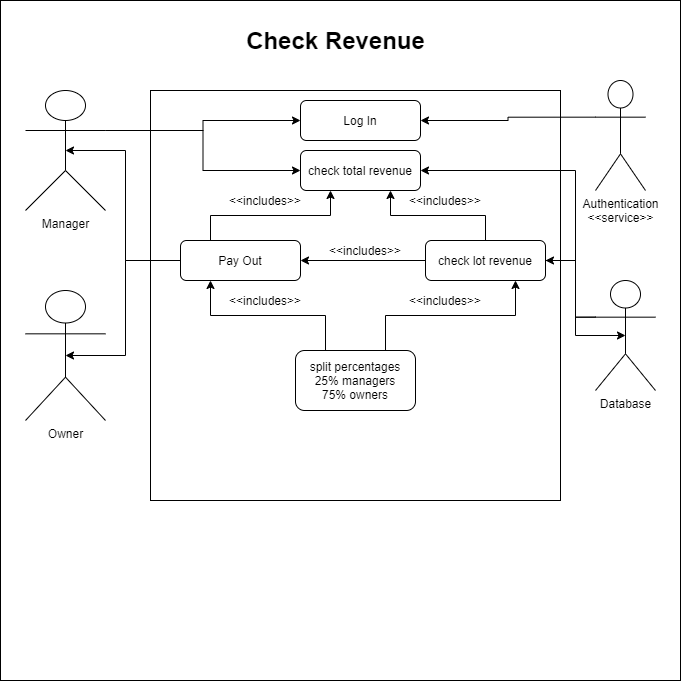
The draw.io diagram docs/useCase/checkRevenue.png in SSM121/2ndPlaceBestPlace, before a commit. Source tidied: cells renumbered, new cells last; positions are measured from the earlier drawing's top-left corner, leaving out a move shared by most shapes. Source of this version:
```xml
<mxGraphModel>
  <root>
    <mxCell id="0" />
    <mxCell id="1" parent="0" />
    <mxCell id="2" style="whiteSpace=wrap;html=1;" parent="1" vertex="1">
      <mxGeometry width="680" height="680" as="geometry" />
    </mxCell>
    <mxCell id="3" value="Check Revenue" style="text;strokeColor=none;fillColor=none;html=1;fontSize=24;fontStyle=1;verticalAlign=middle;align=center;" parent="1" vertex="1">
      <mxGeometry x="285" y="20" width="100" height="40" as="geometry" />
    </mxCell>
    <mxCell id="4" style="whiteSpace=wrap;html=1;" parent="1" vertex="1">
      <mxGeometry x="150" y="90" width="410" height="410" as="geometry" />
    </mxCell>
    <mxCell id="5" style="edgeStyle=orthogonalEdgeStyle;rounded=0;jettySize=auto;html=1;exitX=1;exitY=0.3333333333333333;exitDx=0;exitDy=0;exitPerimeter=0;entryX=0;entryY=0.5;entryDx=0;entryDy=0;" parent="1" edge="1" source="7" target="9">
      <mxGeometry relative="1" as="geometry" />
    </mxCell>
    <mxCell id="6" style="edgeStyle=orthogonalEdgeStyle;rounded=0;jettySize=auto;html=1;exitX=1;exitY=0.3333333333333333;exitDx=0;exitDy=0;exitPerimeter=0;entryX=0;entryY=0.5;entryDx=0;entryDy=0;" parent="1" edge="1" source="7" target="10">
      <mxGeometry relative="1" as="geometry" />
    </mxCell>
    <mxCell id="7" value="Manager" style="shape=umlActor;verticalLabelPosition=bottom;verticalAlign=top;html=1;outlineConnect=0;" parent="1" vertex="1">
      <mxGeometry x="25" y="90" width="80" height="120" as="geometry" />
    </mxCell>
    <mxCell id="8" value="Owner" style="shape=umlActor;verticalLabelPosition=bottom;verticalAlign=top;html=1;outlineConnect=0;" parent="1" vertex="1">
      <mxGeometry x="25" y="290" width="80" height="130" as="geometry" />
    </mxCell>
    <mxCell id="9" value="Log In" style="rounded=1;whiteSpace=wrap;html=1;" parent="1" vertex="1">
      <mxGeometry x="300" y="100" width="120" height="40" as="geometry" />
    </mxCell>
    <mxCell id="10" value="check total revenue" style="rounded=1;whiteSpace=wrap;html=1;" parent="1" vertex="1">
      <mxGeometry x="300" y="150" width="120" height="40" as="geometry" />
    </mxCell>
    <mxCell id="11" style="edgeStyle=orthogonalEdgeStyle;rounded=0;jettySize=auto;html=1;exitX=0.25;exitY=0;exitDx=0;exitDy=0;entryX=0.25;entryY=1;entryDx=0;entryDy=0;" parent="1" edge="1" source="14" target="10">
      <mxGeometry relative="1" as="geometry" />
    </mxCell>
    <mxCell id="12" style="edgeStyle=orthogonalEdgeStyle;rounded=0;jettySize=auto;html=1;exitX=0;exitY=0.5;exitDx=0;exitDy=0;entryX=0.5;entryY=0.5;entryDx=0;entryDy=0;entryPerimeter=0;" parent="1" edge="1" source="14" target="8">
      <mxGeometry relative="1" as="geometry">
        <Array as="points">
          <mxPoint x="125" y="260" />
          <mxPoint x="125" y="355" />
        </Array>
      </mxGeometry>
    </mxCell>
    <mxCell id="13" style="edgeStyle=orthogonalEdgeStyle;rounded=0;jettySize=auto;html=1;exitX=0;exitY=0.5;exitDx=0;exitDy=0;entryX=0.5;entryY=0.5;entryDx=0;entryDy=0;entryPerimeter=0;" parent="1" edge="1" source="14" target="7">
      <mxGeometry relative="1" as="geometry">
        <Array as="points">
          <mxPoint x="125" y="260" />
          <mxPoint x="125" y="150" />
        </Array>
      </mxGeometry>
    </mxCell>
    <mxCell id="14" value="Pay Out" style="rounded=1;whiteSpace=wrap;html=1;" parent="1" vertex="1">
      <mxGeometry x="180" y="240" width="120" height="40" as="geometry" />
    </mxCell>
    <mxCell id="15" style="edgeStyle=orthogonalEdgeStyle;rounded=0;jettySize=auto;html=1;exitX=0;exitY=0.5;exitDx=0;exitDy=0;entryX=1;entryY=0.5;entryDx=0;entryDy=0;" parent="1" edge="1" source="18" target="14">
      <mxGeometry relative="1" as="geometry" />
    </mxCell>
    <mxCell id="16" style="edgeStyle=orthogonalEdgeStyle;rounded=0;jettySize=auto;html=1;exitX=0.5;exitY=0;exitDx=0;exitDy=0;entryX=0.75;entryY=1;entryDx=0;entryDy=0;" parent="1" edge="1" source="18" target="10">
      <mxGeometry relative="1" as="geometry" />
    </mxCell>
    <mxCell id="17" style="edgeStyle=orthogonalEdgeStyle;rounded=0;jettySize=auto;html=1;exitX=1;exitY=0.5;exitDx=0;exitDy=0;entryX=0.5;entryY=0.5;entryDx=0;entryDy=0;entryPerimeter=0;" parent="1" edge="1" source="18" target="31">
      <mxGeometry relative="1" as="geometry">
        <Array as="points">
          <mxPoint x="575" y="260" />
          <mxPoint x="575" y="335" />
        </Array>
      </mxGeometry>
    </mxCell>
    <mxCell id="18" value="check lot revenue" style="rounded=1;whiteSpace=wrap;html=1;" parent="1" vertex="1">
      <mxGeometry x="425" y="240" width="120" height="40" as="geometry" />
    </mxCell>
    <mxCell id="19" style="edgeStyle=orthogonalEdgeStyle;rounded=0;jettySize=auto;html=1;exitX=0.25;exitY=0;exitDx=0;exitDy=0;entryX=0.25;entryY=1;entryDx=0;entryDy=0;" parent="1" edge="1" source="21" target="14">
      <mxGeometry relative="1" as="geometry" />
    </mxCell>
    <mxCell id="20" style="edgeStyle=orthogonalEdgeStyle;rounded=0;jettySize=auto;html=1;exitX=0.75;exitY=0;exitDx=0;exitDy=0;entryX=0.75;entryY=1;entryDx=0;entryDy=0;" parent="1" edge="1" source="21" target="18">
      <mxGeometry relative="1" as="geometry" />
    </mxCell>
    <mxCell id="21" value="split percentages&lt;br&gt;25% managers&lt;br&gt;75% owners" style="rounded=1;whiteSpace=wrap;html=1;" parent="1" vertex="1">
      <mxGeometry x="295" y="350" width="120" height="60" as="geometry" />
    </mxCell>
    <mxCell id="22" value="&amp;lt;&amp;lt;includes&amp;gt;&amp;gt;" style="text;html=1;strokeColor=none;fillColor=none;align=center;verticalAlign=middle;whiteSpace=wrap;rounded=0;" parent="1" vertex="1">
      <mxGeometry x="205" y="190" width="120" height="20" as="geometry" />
    </mxCell>
    <mxCell id="23" value="&amp;lt;&amp;lt;includes&amp;gt;&amp;gt;" style="text;html=1;strokeColor=none;fillColor=none;align=center;verticalAlign=middle;whiteSpace=wrap;rounded=0;" parent="1" vertex="1">
      <mxGeometry x="385" y="190" width="120" height="20" as="geometry" />
    </mxCell>
    <mxCell id="24" value="&amp;lt;&amp;lt;includes&amp;gt;&amp;gt;" style="text;html=1;strokeColor=none;fillColor=none;align=center;verticalAlign=middle;whiteSpace=wrap;rounded=0;" parent="1" vertex="1">
      <mxGeometry x="305" y="240" width="120" height="20" as="geometry" />
    </mxCell>
    <mxCell id="25" value="&amp;lt;&amp;lt;includes&amp;gt;&amp;gt;" style="text;html=1;strokeColor=none;fillColor=none;align=center;verticalAlign=middle;whiteSpace=wrap;rounded=0;" parent="1" vertex="1">
      <mxGeometry x="205" y="290" width="120" height="20" as="geometry" />
    </mxCell>
    <mxCell id="26" value="&amp;lt;&amp;lt;includes&amp;gt;&amp;gt;" style="text;html=1;strokeColor=none;fillColor=none;align=center;verticalAlign=middle;whiteSpace=wrap;rounded=0;" parent="1" vertex="1">
      <mxGeometry x="385" y="290" width="120" height="20" as="geometry" />
    </mxCell>
    <mxCell id="27" style="edgeStyle=orthogonalEdgeStyle;rounded=0;jettySize=auto;html=1;exitX=0;exitY=0.3333333333333333;exitDx=0;exitDy=0;exitPerimeter=0;entryX=1;entryY=0.5;entryDx=0;entryDy=0;" parent="1" edge="1" source="28" target="9">
      <mxGeometry relative="1" as="geometry" />
    </mxCell>
    <mxCell id="28" value="Authentication&lt;br&gt;&amp;lt;&amp;lt;service&amp;gt;&amp;gt;" style="shape=umlActor;verticalLabelPosition=bottom;verticalAlign=top;html=1;outlineConnect=0;" parent="1" vertex="1">
      <mxGeometry x="595" y="80" width="50" height="110" as="geometry" />
    </mxCell>
    <mxCell id="29" style="edgeStyle=orthogonalEdgeStyle;rounded=0;jettySize=auto;html=1;exitX=0;exitY=0.3333333333333333;exitDx=0;exitDy=0;exitPerimeter=0;entryX=1;entryY=0.5;entryDx=0;entryDy=0;" parent="1" edge="1" source="31" target="18">
      <mxGeometry relative="1" as="geometry">
        <Array as="points">
          <mxPoint x="575" y="317" />
          <mxPoint x="575" y="260" />
        </Array>
      </mxGeometry>
    </mxCell>
    <mxCell id="30" style="edgeStyle=orthogonalEdgeStyle;rounded=0;jettySize=auto;html=1;exitX=0;exitY=0.3333333333333333;exitDx=0;exitDy=0;exitPerimeter=0;entryX=1;entryY=0.5;entryDx=0;entryDy=0;" parent="1" edge="1" source="31" target="10">
      <mxGeometry relative="1" as="geometry">
        <Array as="points">
          <mxPoint x="575" y="317" />
          <mxPoint x="575" y="170" />
        </Array>
      </mxGeometry>
    </mxCell>
    <mxCell id="31" value="Database" style="shape=umlActor;verticalLabelPosition=bottom;verticalAlign=top;html=1;outlineConnect=0;" parent="1" vertex="1">
      <mxGeometry x="595" y="280" width="60" height="110" as="geometry" />
    </mxCell>
  </root>
</mxGraphModel>
```
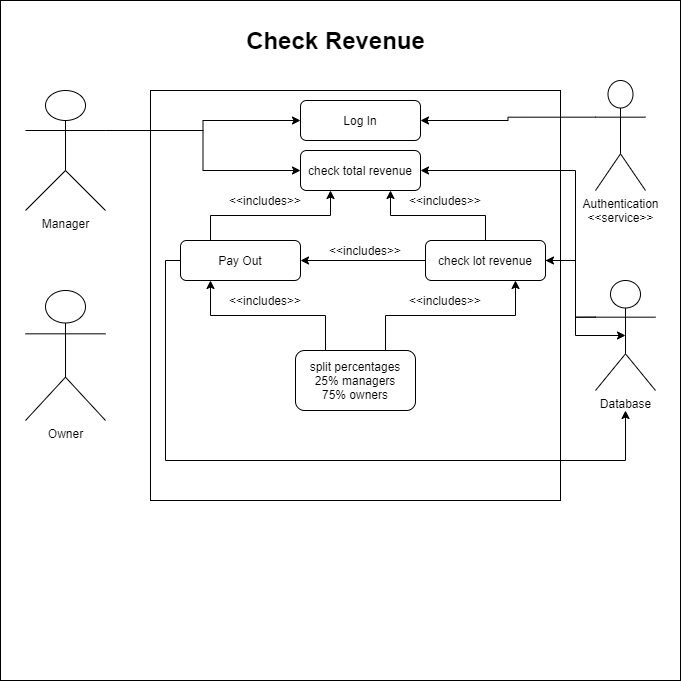
The same file after the commit.

Diff of the diagram source:
```diff
@@ -32,22 +32,16 @@
     <mxCell id="11" style="edgeStyle=orthogonalEdgeStyle;rounded=0;jettySize=auto;html=1;exitX=0.25;exitY=0;exitDx=0;exitDy=0;entryX=0.25;entryY=1;entryDx=0;entryDy=0;" parent="1" edge="1" source="14" target="10">
       <mxGeometry relative="1" as="geometry" />
     </mxCell>
-    <mxCell id="12" style="edgeStyle=orthogonalEdgeStyle;rounded=0;jettySize=auto;html=1;exitX=0;exitY=0.5;exitDx=0;exitDy=0;entryX=0.5;entryY=0.5;entryDx=0;entryDy=0;entryPerimeter=0;" parent="1" edge="1" source="14" target="8">
+    <mxCell id="12" style="edgeStyle=orthogonalEdgeStyle;rounded=0;jettySize=auto;html=1;exitX=0;exitY=0.5;exitDx=0;exitDy=0;" parent="1" edge="1" source="14">
       <mxGeometry relative="1" as="geometry">
+        <mxPoint x="625" y="410" as="targetPoint" />
         <Array as="points">
-          <mxPoint x="125" y="260" />
-          <mxPoint x="125" y="355" />
+          <mxPoint x="165" y="260" />
+          <mxPoint x="165" y="460" />
+          <mxPoint x="625" y="460" />
         </Array>
       </mxGeometry>
     </mxCell>
-    <mxCell id="13" style="edgeStyle=orthogonalEdgeStyle;rounded=0;jettySize=auto;html=1;exitX=0;exitY=0.5;exitDx=0;exitDy=0;entryX=0.5;entryY=0.5;entryDx=0;entryDy=0;entryPerimeter=0;" parent="1" edge="1" source="14" target="7">
-      <mxGeometry relative="1" as="geometry">
-        <Array as="points">
-          <mxPoint x="125" y="260" />
-          <mxPoint x="125" y="150" />
-        </Array>
-      </mxGeometry>
-    </mxCell>
     <mxCell id="14" value="Pay Out" style="rounded=1;whiteSpace=wrap;html=1;" parent="1" vertex="1">
       <mxGeometry x="180" y="240" width="120" height="40" as="geometry" />
     </mxCell>
```
